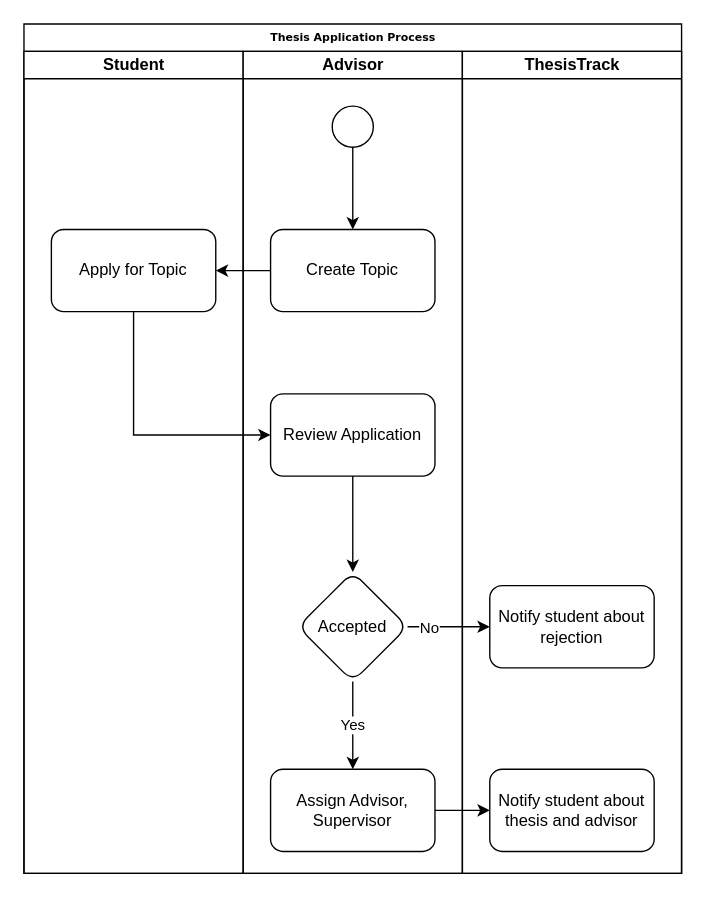
The draw.io diagram thesis-application-flowchart.drawio in fabian-emilius/bachelor-thesis-charts, before the edit. Source tidied: cells renumbered, new cells numbered last; positions are measured from the earlier drawing's top-left corner, leaving out a move shared by most shapes. Both pictures are drawn from the tidied source at 137%, with x=0, y=0 at pixel (23, 23).
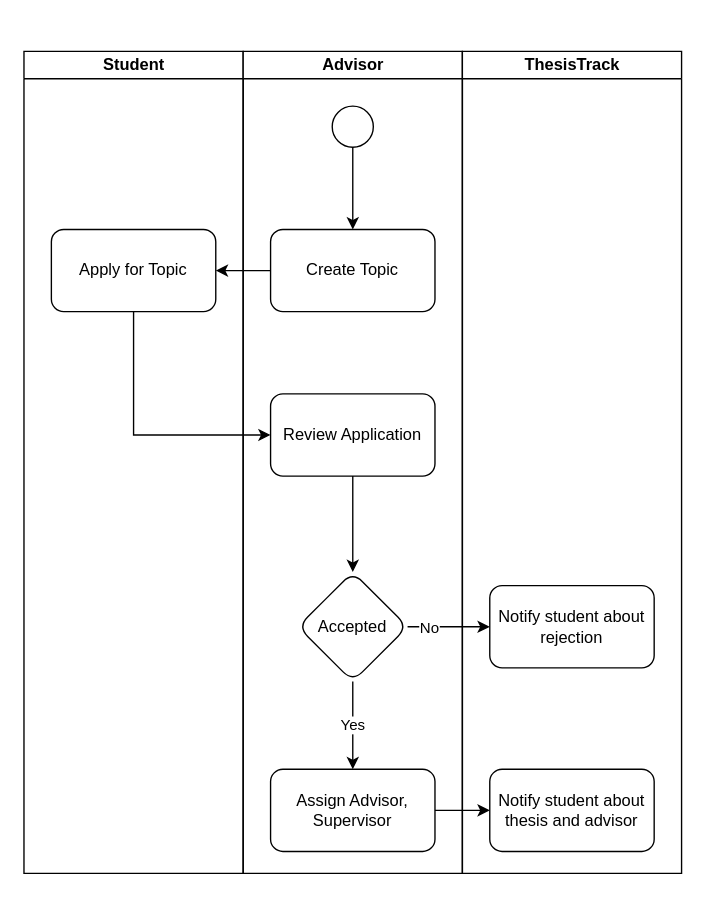
Above is the later version.

Change to the diagram source:
```diff
@@
-    <mxCell id="2" value="Thesis Application Process" style="swimlane;html=1;startSize=20;rounded=0;shadow=0;labelBackgroundColor=none;strokeWidth=1;fontFamily=Verdana;fontSize=8;align=center;" parent="1" vertex="1">
+    <mxCell id="2" style="swimlane;html=1;startSize=20;rounded=0;shadow=0;labelBackgroundColor=none;strokeWidth=1;fontFamily=Verdana;fontSize=8;align=center;strokeColor=none;fillColor=none;" parent="1" vertex="1">
       <mxGeometry width="480" height="620" as="geometry" />
     </mxCell>
```
